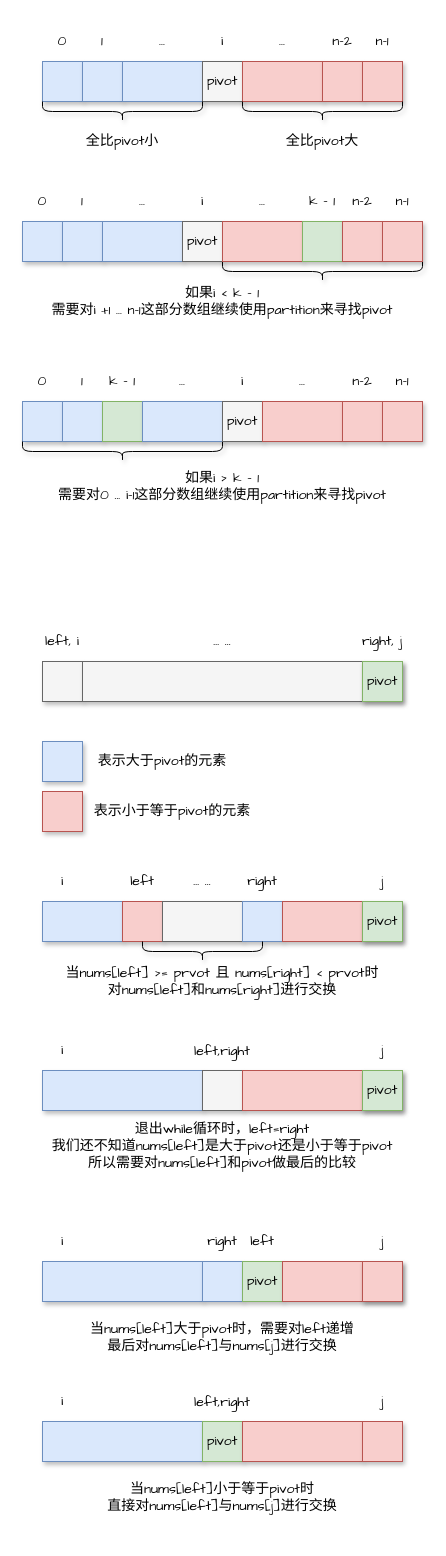
This is draw.io/数组中的第K个最大元素.drawio from goldknife6/algorithm, a draw.io file, before an edit. Source tidied: cells renumbered, new cells numbered last; positions are measured from the earlier drawing's top-left corner, leaving out a move shared by most shapes. Both pictures are drawn from the tidied source at 100%, with x=0, y=0 at pixel (22, 21).
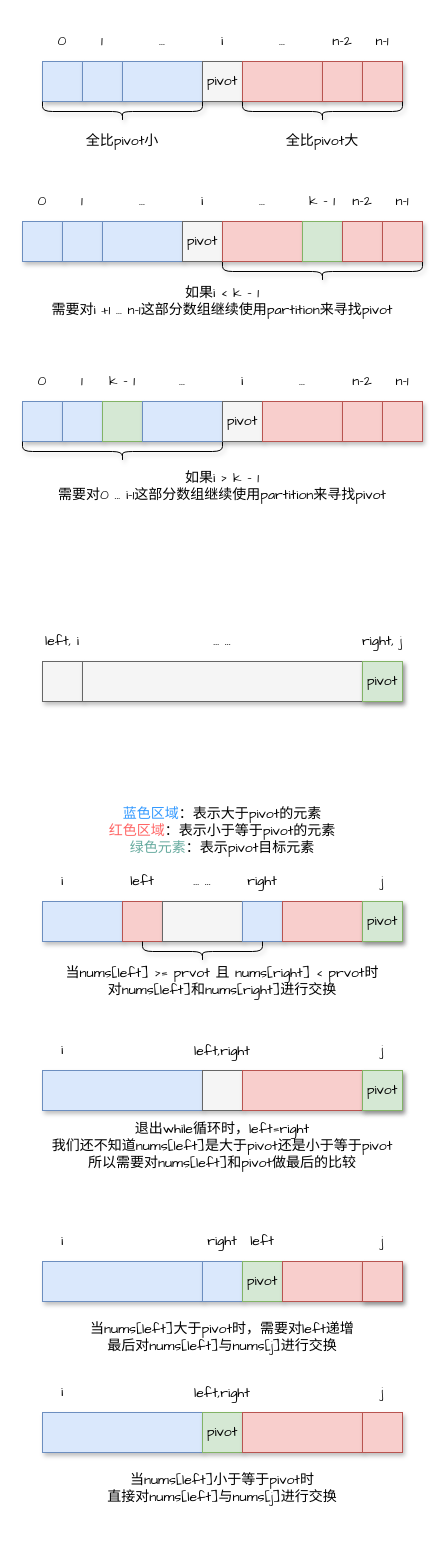
The same page after the edit.

Commit message:
更新数组中的第K个最大元素.drawio

What changed in the source:
```diff
@@
-    <mxCell id="82" style="rounded=0;whiteSpace=wrap;html=1;fillColor=#dae8fc;strokeColor=#6c8ebf;shadow=1;" parent="1" vertex="1">
-      <mxGeometry x="20" y="720" width="40" height="40" as="geometry" />
-    </mxCell>
-    <mxCell id="83" value="表示大于pivot的元素" style="text;html=1;strokeColor=none;fillColor=none;align=center;verticalAlign=middle;whiteSpace=wrap;rounded=0;shadow=1;fontFamily=Comic Sans MS;fontSize=14;" parent="1" vertex="1">
-      <mxGeometry x="40" y="720" width="200" height="40" as="geometry" />
-    </mxCell>
-    <mxCell id="84" style="rounded=0;whiteSpace=wrap;html=1;fillColor=#f8cecc;strokeColor=#b85450;shadow=1;" parent="1" vertex="1">
-      <mxGeometry x="20" y="770" width="40" height="40" as="geometry" />
-    </mxCell>
-    <mxCell id="85" value="表示小于等于pivot的元素" style="text;html=1;strokeColor=none;fillColor=none;align=center;verticalAlign=middle;whiteSpace=wrap;rounded=0;shadow=1;fontFamily=Comic Sans MS;fontSize=14;" parent="1" vertex="1">
-      <mxGeometry x="50" y="770" width="200" height="40" as="geometry" />
+    <mxCell id="85" value="&lt;div class=&quot;okr-block-clipboard&quot;&gt;&lt;/div&gt;&lt;div&gt;&lt;font color=&quot;#3399ff&quot;&gt;蓝色区域&lt;/font&gt;：表示大于pivot的元素&lt;br&gt;&lt;/div&gt;&lt;div&gt;&lt;font color=&quot;#ff6666&quot;&gt;红色区域&lt;/font&gt;：表示小于等于pivot的元素&lt;br&gt;&lt;/div&gt;&lt;div&gt;&lt;font color=&quot;#67ab9f&quot;&gt;绿色元素&lt;/font&gt;：表示pivot目标元素&lt;/div&gt;" style="text;html=1;strokeColor=none;fillColor=none;align=center;verticalAlign=middle;whiteSpace=wrap;rounded=0;shadow=1;fontFamily=Comic Sans MS;fontSize=14;" parent="1" vertex="1">
+      <mxGeometry x="60" y="770" width="280" height="80" as="geometry" />
     </mxCell>
@@
     <mxCell id="104" style="rounded=0;whiteSpace=wrap;html=1;fillColor=#dae8fc;strokeColor=#6c8ebf;shadow=1;" parent="1" vertex="1">
-      <mxGeometry x="20" y="1400" width="160" height="40" as="geometry" />
+      <mxGeometry x="20" y="1391" width="160" height="40" as="geometry" />
     </mxCell>
     <mxCell id="105" value="&lt;span style=&quot;font-family: &amp;#34;comic sans ms&amp;#34; ; font-size: 14px&quot;&gt;pivot&lt;/span&gt;" style="rounded=0;whiteSpace=wrap;html=1;fillColor=#d5e8d4;strokeColor=#82b366;shadow=1;" parent="1" vertex="1">
-      <mxGeometry x="180" y="1400" width="40" height="40" as="geometry" />
+      <mxGeometry x="180" y="1391" width="40" height="40" as="geometry" />
     </mxCell>
     <mxCell id="106" style="rounded=0;whiteSpace=wrap;html=1;fillColor=#f8cecc;strokeColor=#b85450;shadow=1;" parent="1" vertex="1">
-      <mxGeometry x="220" y="1400" width="120" height="40" as="geometry" />
+      <mxGeometry x="220" y="1391" width="120" height="40" as="geometry" />
     </mxCell>
     <mxCell id="107" value="left,right" style="text;html=1;strokeColor=none;fillColor=none;align=center;verticalAlign=middle;whiteSpace=wrap;rounded=0;shadow=1;fontFamily=Comic Sans MS;fontSize=14;" parent="1" vertex="1">
-      <mxGeometry x="160" y="1360" width="80" height="41" as="geometry" />
+      <mxGeometry x="160" y="1351" width="80" height="41" as="geometry" />
     </mxCell>
     <mxCell id="108" value="&lt;div class=&quot;okr-block-clipboard&quot;&gt;&lt;/div&gt;&lt;div&gt;&lt;br&gt;&lt;/div&gt;" style="text;html=1;strokeColor=#b85450;fillColor=#f8cecc;align=center;verticalAlign=middle;whiteSpace=wrap;rounded=0;shadow=1;" parent="1" vertex="1">
-      <mxGeometry x="340" y="1400" width="40" height="40" as="geometry" />
+      <mxGeometry x="340" y="1391" width="40" height="40" as="geometry" />
     </mxCell>
     <mxCell id="109" value="j" style="text;html=1;strokeColor=none;fillColor=none;align=center;verticalAlign=middle;whiteSpace=wrap;rounded=0;shadow=1;fontFamily=Comic Sans MS;fontSize=14;" parent="1" vertex="1">
-      <mxGeometry x="340" y="1360" width="40" height="40" as="geometry" />
+      <mxGeometry x="340" y="1351" width="40" height="40" as="geometry" />
     </mxCell>
     <mxCell id="110" value="i" style="text;html=1;strokeColor=none;fillColor=none;align=center;verticalAlign=middle;whiteSpace=wrap;rounded=0;shadow=1;fontFamily=Comic Sans MS;fontSize=14;" parent="1" vertex="1">
-      <mxGeometry x="20" y="1360" width="40" height="40" as="geometry" />
+      <mxGeometry x="20" y="1351" width="40" height="40" as="geometry" />
     </mxCell>
     <mxCell id="111" value="当nums[left]小于等于pivot时&lt;br&gt;直接对nums[left]与nums[j]进行交换&lt;br&gt;&lt;div class=&quot;okr-block-clipboard&quot;&gt;&lt;/div&gt;" style="text;html=1;strokeColor=none;fillColor=none;align=center;verticalAlign=middle;whiteSpace=wrap;rounded=0;shadow=1;fontFamily=Comic Sans MS;fontSize=14;" parent="1" vertex="1">
-      <mxGeometry x="20" y="1440" width="360" height="71" as="geometry" />
+      <mxGeometry x="20" y="1431" width="360" height="71" as="geometry" />
     </mxCell>
```
